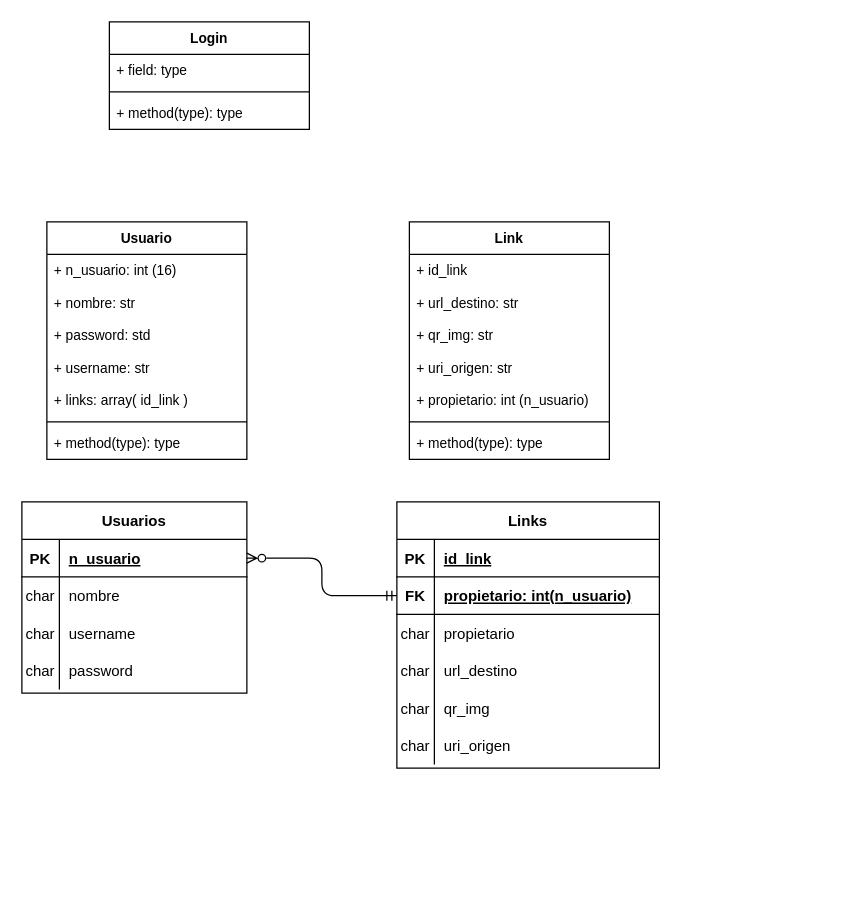
Above: page "Diagrama de clases" (4 of 4) of Diagramas Acort.ar.drawio in Joelkukin/acortadorDeLinks-fullStackProject (draw.io), before the change. Source tidied: cells renumbered, new cells numbered last; positions are measured from the earlier drawing's top-left corner, leaving out a move shared by most shapes. Both pictures are drawn from the tidied source at 125%, with x=0, y=0 at pixel (21, 21).
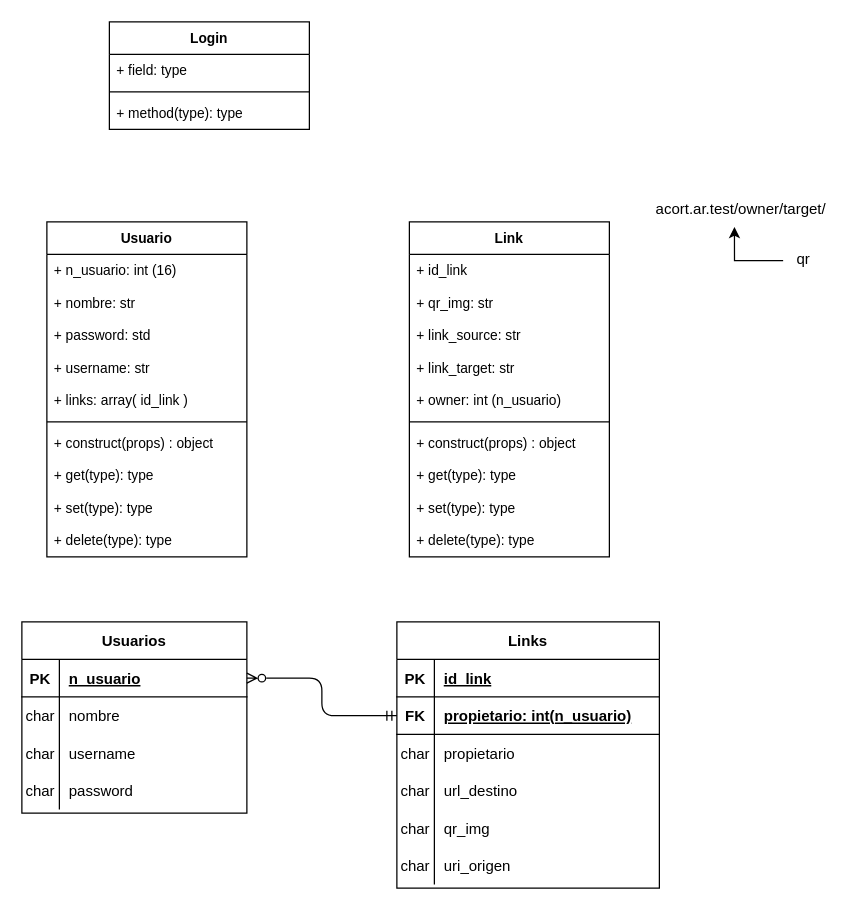
The same diagram, later.

Diff of the diagram source:
```diff
@@
     <mxCell id="2" value="Link" style="swimlane;fontStyle=1;align=center;verticalAlign=top;horizontal=1;startSize=26;fontFamily=Helvetica;fontSize=11;fontColor=default;" parent="1" vertex="1">
-      <mxGeometry x="310" y="160" width="160" height="190" as="geometry" />
+      <mxGeometry x="310" y="160" width="160" height="268" as="geometry" />
     </mxCell>
@@
-    <mxCell id="4" value="+ url_destino: str" style="text;strokeColor=none;fillColor=none;align=left;verticalAlign=top;spacingLeft=4;spacingRight=4;overflow=hidden;fontFamily=Helvetica;fontSize=11;fontColor=default;" parent="2" vertex="1">
-      <mxGeometry y="52" width="160" height="26" as="geometry" />
-    </mxCell>
     <mxCell id="5" value="+ qr_img: str" style="text;strokeColor=none;fillColor=none;align=left;verticalAlign=top;spacingLeft=4;spacingRight=4;overflow=hidden;fontFamily=Helvetica;fontSize=11;fontColor=default;" parent="2" vertex="1">
-      <mxGeometry y="78" width="160" height="26" as="geometry" />
+      <mxGeometry y="52" width="160" height="26" as="geometry" />
     </mxCell>
-    <mxCell id="6" value="+ uri_origen: str" style="text;strokeColor=none;fillColor=none;align=left;verticalAlign=top;spacingLeft=4;spacingRight=4;overflow=hidden;fontFamily=Helvetica;fontSize=11;fontColor=default;" parent="2" vertex="1">
-      <mxGeometry y="104" width="160" height="26" as="geometry" />
+    <mxCell id="6" value="+ link_source: str" style="text;strokeColor=none;fillColor=none;align=left;verticalAlign=top;spacingLeft=4;spacingRight=4;overflow=hidden;fontFamily=Helvetica;fontSize=11;fontColor=default;" parent="2" vertex="1">
+      <mxGeometry y="78" width="160" height="26" as="geometry" />
     </mxCell>
+    <mxCell id="4" value="+ link_target: str" style="text;strokeColor=none;fillColor=none;align=left;verticalAlign=top;spacingLeft=4;spacingRight=4;overflow=hidden;fontFamily=Helvetica;fontSize=11;fontColor=default;" parent="2" vertex="1">
+      <mxGeometry y="104" width="160" height="26" as="geometry" />
+    </mxCell>
-    <mxCell id="7" value="+ propietario: int (n_usuario)" style="text;strokeColor=none;fillColor=none;align=left;verticalAlign=top;spacingLeft=4;spacingRight=4;overflow=hidden;fontFamily=Helvetica;fontSize=11;fontColor=default;" parent="2" vertex="1">
+    <mxCell id="7" value="+ owner: int (n_usuario)" style="text;strokeColor=none;fillColor=none;align=left;verticalAlign=top;spacingLeft=4;spacingRight=4;overflow=hidden;fontFamily=Helvetica;fontSize=11;fontColor=default;" parent="2" vertex="1">
       <mxGeometry y="130" width="160" height="26" as="geometry" />
     </mxCell>
@@
-    <mxCell id="9" value="+ method(type): type" style="text;strokeColor=none;fillColor=none;align=left;verticalAlign=top;spacingLeft=4;spacingRight=4;overflow=hidden;fontFamily=Helvetica;fontSize=11;fontColor=default;" parent="2" vertex="1">
-      <mxGeometry y="164" width="160" height="26" as="geometry" />
-    </mxCell>
+    <mxCell id="55" value="+ construct(props) : object" style="text;strokeColor=none;fillColor=none;align=left;verticalAlign=top;spacingLeft=4;spacingRight=4;overflow=hidden;fontFamily=Helvetica;fontSize=11;fontColor=default;" parent="2" vertex="1">
+      <mxGeometry y="164" width="160" height="26" as="geometry" />
+    </mxCell>
+    <mxCell id="56" value="+ get(type): type" style="text;strokeColor=none;fillColor=none;align=left;verticalAlign=top;spacingLeft=4;spacingRight=4;overflow=hidden;fontFamily=Helvetica;fontSize=11;fontColor=default;" parent="2" vertex="1">
+      <mxGeometry y="190" width="160" height="26" as="geometry" />
+    </mxCell>
+    <mxCell id="57" value="+ set(type): type" style="text;strokeColor=none;fillColor=none;align=left;verticalAlign=top;spacingLeft=4;spacingRight=4;overflow=hidden;fontFamily=Helvetica;fontSize=11;fontColor=default;" parent="2" vertex="1">
+      <mxGeometry y="216" width="160" height="26" as="geometry" />
+    </mxCell>
+    <mxCell id="58" value="+ delete(type): type" style="text;strokeColor=none;fillColor=none;align=left;verticalAlign=top;spacingLeft=4;spacingRight=4;overflow=hidden;fontFamily=Helvetica;fontSize=11;fontColor=default;" parent="2" vertex="1">
+      <mxGeometry y="242" width="160" height="26" as="geometry" />
+    </mxCell>
     <mxCell id="10" value="Usuario" style="swimlane;fontStyle=1;align=center;verticalAlign=top;horizontal=1;startSize=26;fontFamily=Helvetica;fontSize=11;fontColor=default;" parent="1" vertex="1">
-      <mxGeometry x="20" y="160" width="160" height="190" as="geometry" />
+      <mxGeometry x="20" y="160" width="160" height="268" as="geometry" />
     </mxCell>
@@
+    <mxCell id="59" value="+ construct(props) : object" style="text;strokeColor=none;fillColor=none;align=left;verticalAlign=top;spacingLeft=4;spacingRight=4;overflow=hidden;fontFamily=Helvetica;fontSize=11;fontColor=default;" parent="10" vertex="1">
+      <mxGeometry y="164" width="160" height="26" as="geometry" />
+    </mxCell>
-    <mxCell id="17" value="+ method(type): type" style="text;strokeColor=none;fillColor=none;align=left;verticalAlign=top;spacingLeft=4;spacingRight=4;overflow=hidden;fontFamily=Helvetica;fontSize=11;fontColor=default;" parent="10" vertex="1">
-      <mxGeometry y="164" width="160" height="26" as="geometry" />
+    <mxCell id="17" value="+ get(type): type" style="text;strokeColor=none;fillColor=none;align=left;verticalAlign=top;spacingLeft=4;spacingRight=4;overflow=hidden;fontFamily=Helvetica;fontSize=11;fontColor=default;" parent="10" vertex="1">
+      <mxGeometry y="190" width="160" height="26" as="geometry" />
     </mxCell>
+    <mxCell id="60" value="+ set(type): type" style="text;strokeColor=none;fillColor=none;align=left;verticalAlign=top;spacingLeft=4;spacingRight=4;overflow=hidden;fontFamily=Helvetica;fontSize=11;fontColor=default;" parent="10" vertex="1">
+      <mxGeometry y="216" width="160" height="26" as="geometry" />
+    </mxCell>
+    <mxCell id="61" value="+ delete(type): type" style="text;strokeColor=none;fillColor=none;align=left;verticalAlign=top;spacingLeft=4;spacingRight=4;overflow=hidden;fontFamily=Helvetica;fontSize=11;fontColor=default;" parent="10" vertex="1">
+      <mxGeometry y="242" width="160" height="26" as="geometry" />
+    </mxCell>
@@
     <mxCell id="23" value="Usuarios" style="shape=table;startSize=30;childLayout=tableLayout;rowLines=0;fontStyle=1;align=center;" parent="1" vertex="1">
-      <mxGeometry y="384" width="180" height="153" as="geometry" />
+      <mxGeometry y="480" width="180" height="153" as="geometry" />
     </mxCell>
@@
     <mxCell id="36" value="Links" style="shape=table;startSize=30;childLayout=tableLayout;rowLines=0;fontStyle=1;align=center;" parent="1" vertex="1">
-      <mxGeometry x="300" y="384" width="210" height="213" as="geometry" />
+      <mxGeometry x="300" y="480" width="210" height="213" as="geometry" />
     </mxCell>
@@
+    <mxCell id="62" value="acort.ar.test/owner/target/" style="text;html=1;align=center;verticalAlign=middle;points=[];strokeColor=none;fillColor=none;" parent="1" vertex="1">
+      <mxGeometry x="500" y="140" width="150" height="20" as="geometry" />
+    </mxCell>
+    <mxCell id="63" style="edgeStyle=orthogonalEdgeStyle;rounded=0;jettySize=auto;html=1;entryX=0.467;entryY=1.2;entryDx=0;entryDy=0;entryPerimeter=0;exitX=-0.033;exitY=0.55;exitDx=0;exitDy=0;exitPerimeter=0;" parent="1" edge="1" source="64" target="62">
+      <mxGeometry relative="1" as="geometry" />
+    </mxCell>
+    <mxCell id="64" value="qr" style="text;html=1;align=center;verticalAlign=middle;points=[];strokeColor=none;fillColor=none;" parent="1" vertex="1">
+      <mxGeometry x="610" y="180" width="30" height="20" as="geometry" />
+    </mxCell>
```
